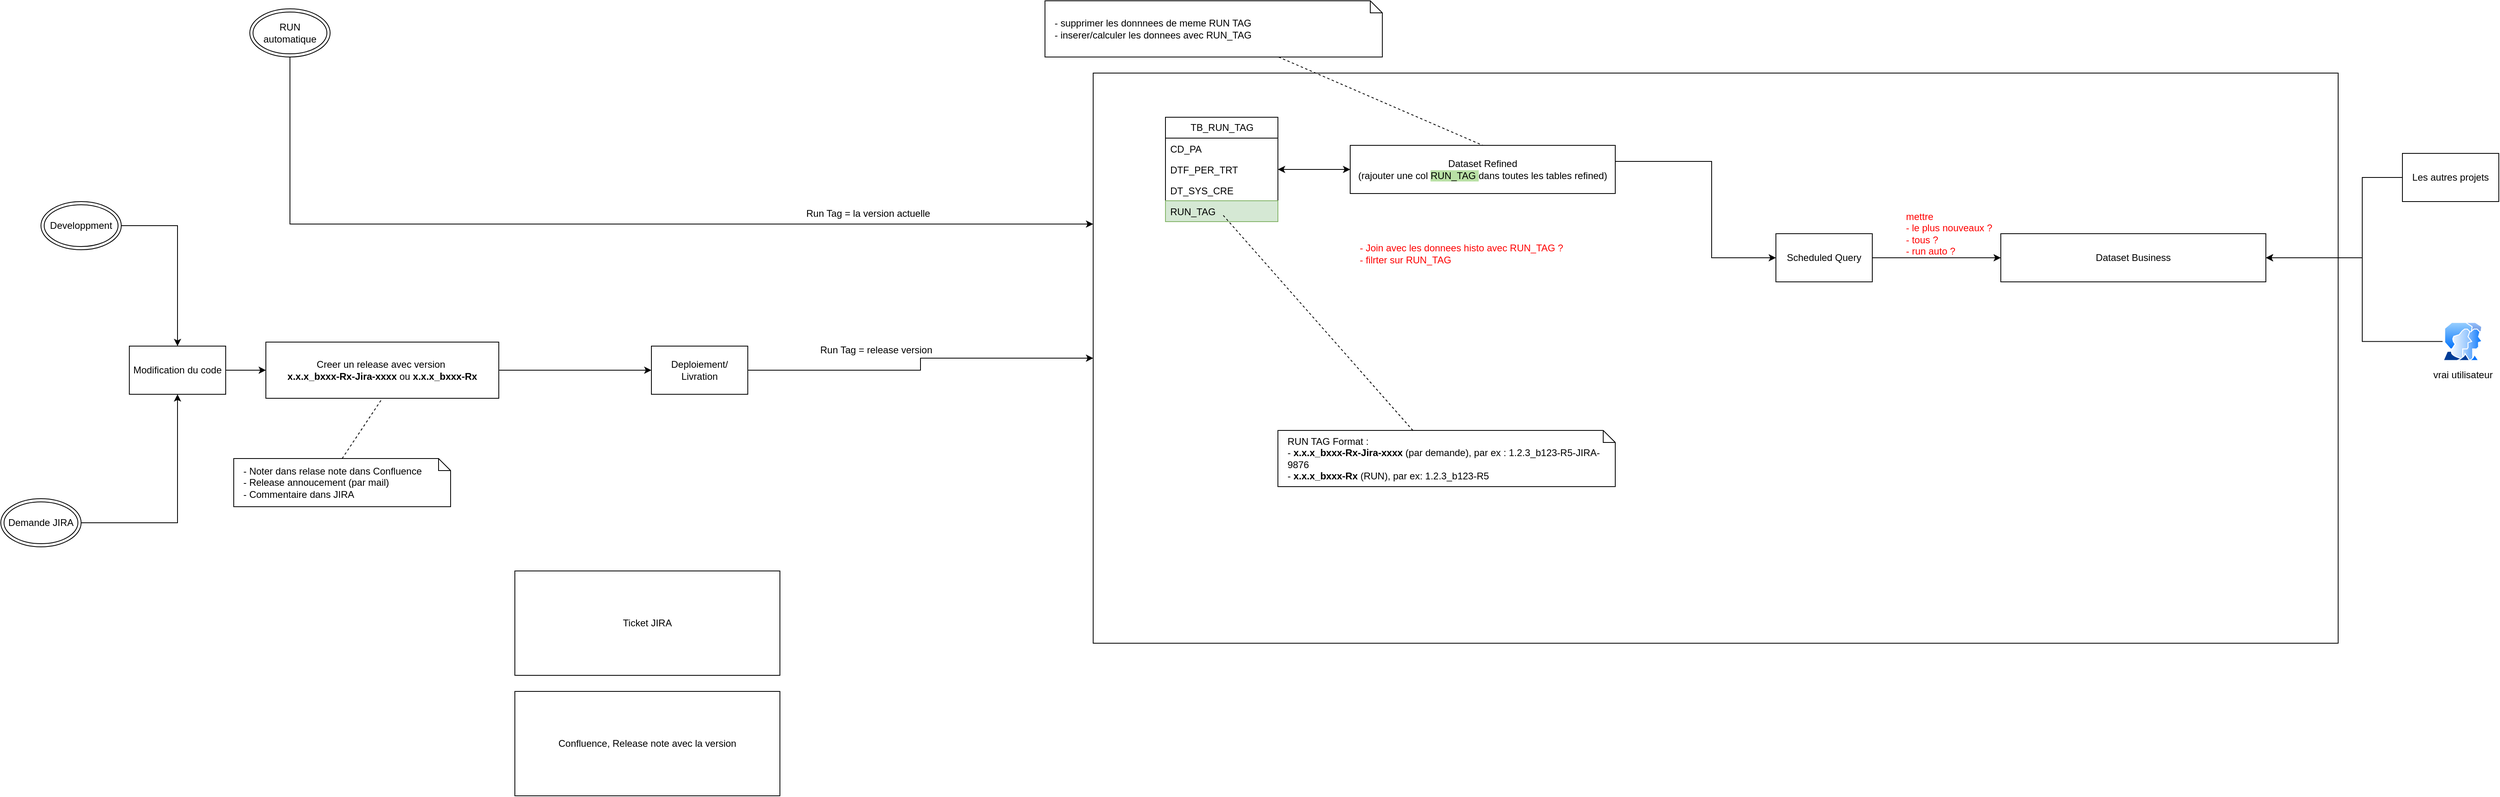
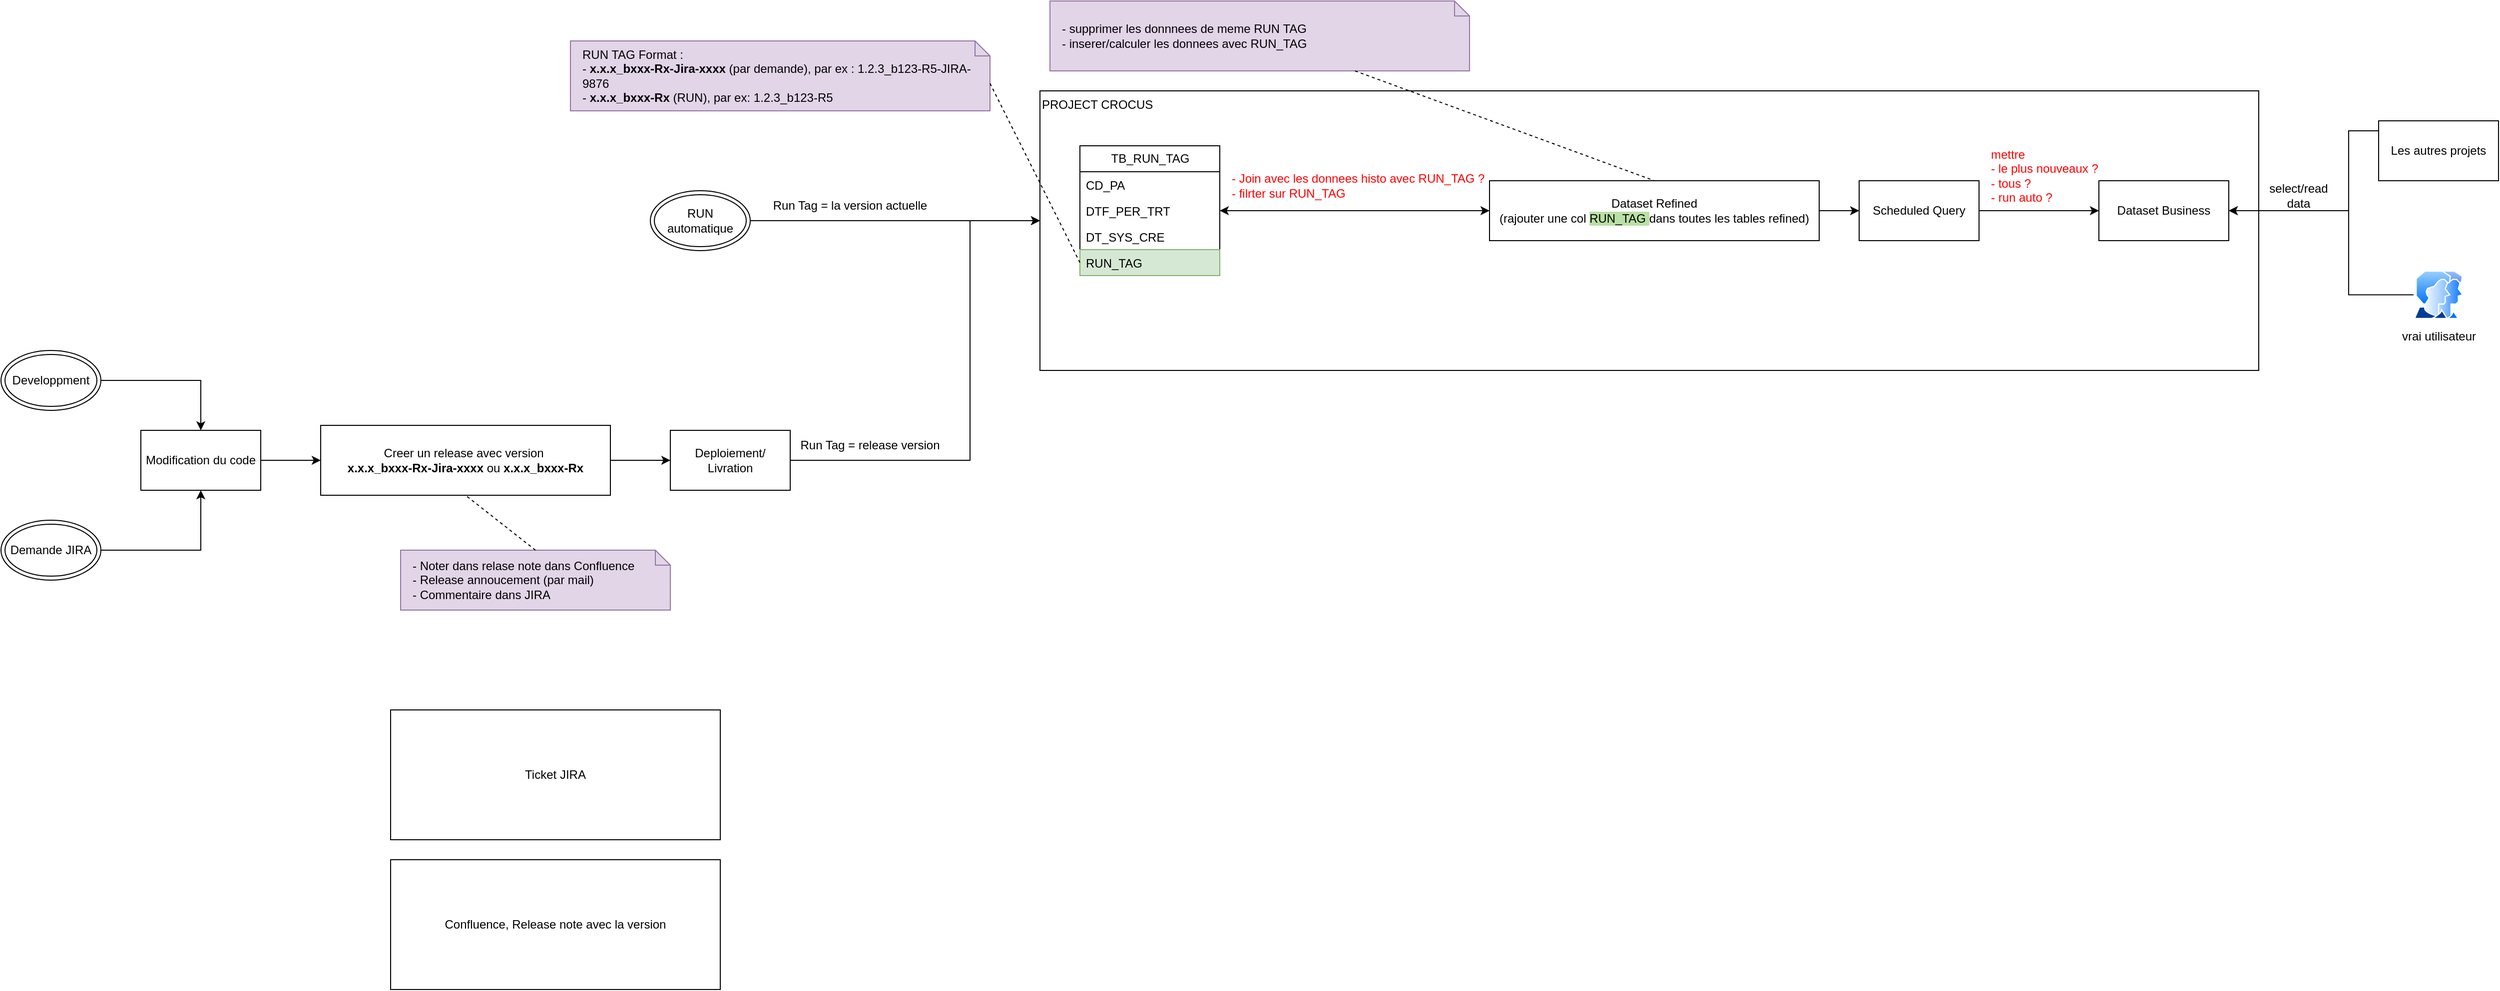
<mxfile host="app.diagrams.net">
  <diagram name="Page-1" id="bEAYSmEDHXBXhFzCy1HB">
-     <mxGraphModel dx="3700" dy="1106" grid="1" gridSize="10" guides="1" tooltips="1" connect="1" arrows="1" fold="1" page="1" pageScale="1" pageWidth="827" pageHeight="1169" math="0" shadow="0">
+     <mxGraphModel dx="2532" dy="922" grid="1" gridSize="10" guides="1" tooltips="1" connect="1" arrows="1" fold="1" page="1" pageScale="1" pageWidth="827" pageHeight="1169" math="0" shadow="0">
      <root>
        <mxCell id="0" />
        <mxCell id="1" parent="0" />
-         <mxCell id="QUzsFoNl6aFI_2ed8XXq-13" parent="1" style="rounded=0;whiteSpace=wrap;html=1;" value="" vertex="1">
-           <mxGeometry height="710" width="1550" x="450" y="140" as="geometry" />
+         <mxCell id="QUzsFoNl6aFI_2ed8XXq-13" parent="1" style="rounded=0;whiteSpace=wrap;html=1;align=left;verticalAlign=top;" value="PROJECT CROCUS" vertex="1">
+           <mxGeometry height="280" width="1220" x="380" y="140" as="geometry" />
        </mxCell>
        <mxCell id="QUzsFoNl6aFI_2ed8XXq-1" parent="1" style="swimlane;fontStyle=0;childLayout=stackLayout;horizontal=1;startSize=26;fillColor=none;horizontalStack=0;resizeParent=1;resizeParentMax=0;resizeLast=0;collapsible=1;marginBottom=0;html=1;" value="TB_RUN_TAG" vertex="1">
-           <mxGeometry height="130" width="140" x="540" y="195" as="geometry" />
+           <mxGeometry height="130" width="140" x="420" y="195" as="geometry" />
        </mxCell>
        <mxCell id="QUzsFoNl6aFI_2ed8XXq-2" parent="QUzsFoNl6aFI_2ed8XXq-1" style="text;strokeColor=none;fillColor=none;align=left;verticalAlign=top;spacingLeft=4;spacingRight=4;overflow=hidden;rotatable=0;points=[[0,0.5],[1,0.5]];portConstraint=eastwest;whiteSpace=wrap;html=1;" value="CD_PA" vertex="1">
          <mxGeometry height="26" width="140" y="26" as="geometry" />
        </mxCell>
        <mxCell id="QUzsFoNl6aFI_2ed8XXq-3" parent="QUzsFoNl6aFI_2ed8XXq-1" style="text;strokeColor=none;fillColor=none;align=left;verticalAlign=top;spacingLeft=4;spacingRight=4;overflow=hidden;rotatable=0;points=[[0,0.5],[1,0.5]];portConstraint=eastwest;whiteSpace=wrap;html=1;" value="DTF_PER_TRT" vertex="1">
          <mxGeometry height="26" width="140" y="52" as="geometry" />
        </mxCell>
        <mxCell id="QUzsFoNl6aFI_2ed8XXq-4" parent="QUzsFoNl6aFI_2ed8XXq-1" style="text;strokeColor=none;fillColor=none;align=left;verticalAlign=top;spacingLeft=4;spacingRight=4;overflow=hidden;rotatable=0;points=[[0,0.5],[1,0.5]];portConstraint=eastwest;whiteSpace=wrap;html=1;" value="DT_SYS_CRE" vertex="1">
          <mxGeometry height="26" width="140" y="78" as="geometry" />
        </mxCell>
        <mxCell id="QUzsFoNl6aFI_2ed8XXq-5" parent="QUzsFoNl6aFI_2ed8XXq-1" style="text;strokeColor=#82b366;fillColor=#d5e8d4;align=left;verticalAlign=top;spacingLeft=4;spacingRight=4;overflow=hidden;rotatable=0;points=[[0,0.5],[1,0.5]];portConstraint=eastwest;whiteSpace=wrap;html=1;" value="RUN_TAG" vertex="1">
          <mxGeometry height="26" width="140" y="104" as="geometry" />
        </mxCell>
-         <mxCell id="QUzsFoNl6aFI_2ed8XXq-7" parent="1" style="shape=note;size=15;align=left;spacingLeft=10;html=1;whiteSpace=wrap;" value="RUN TAG Format :&amp;nbsp;&lt;div&gt;- &lt;b&gt;x.x.x_bxxx-Rx-Jira-xxxx&lt;/b&gt; (par demande), par ex : 1.2.3_b123-R5-JIRA-9876&lt;/div&gt;&lt;div&gt;-&lt;b&gt; x.x.x_bxxx-Rx&lt;/b&gt; (RUN), par ex: 1.2.3_b123-R5&lt;/div&gt;" vertex="1">
-           <mxGeometry height="70" width="420" x="680" y="585" as="geometry" />
+         <mxCell id="QUzsFoNl6aFI_2ed8XXq-7" parent="1" style="shape=note;size=15;align=left;spacingLeft=10;html=1;whiteSpace=wrap;fillColor=#e1d5e7;strokeColor=#9673a6;" value="RUN TAG Format :&amp;nbsp;&lt;div&gt;- &lt;b&gt;x.x.x_bxxx-Rx-Jira-xxxx&lt;/b&gt; (par demande), par ex : 1.2.3_b123-R5-JIRA-9876&lt;/div&gt;&lt;div&gt;-&lt;b&gt; x.x.x_bxxx-Rx&lt;/b&gt; (RUN), par ex: 1.2.3_b123-R5&lt;/div&gt;" vertex="1">
+           <mxGeometry height="70" width="420" x="-90" y="90" as="geometry" />
        </mxCell>
-         <mxCell id="QUzsFoNl6aFI_2ed8XXq-8" edge="1" parent="1" source="QUzsFoNl6aFI_2ed8XXq-7" style="edgeStyle=none;endArrow=none;exitX=0.4;exitY=0;dashed=1;html=1;rounded=0;entryX=0.5;entryY=0.615;entryDx=0;entryDy=0;entryPerimeter=0;" target="QUzsFoNl6aFI_2ed8XXq-5" value="">
+         <mxCell id="QUzsFoNl6aFI_2ed8XXq-8" edge="1" parent="1" source="QUzsFoNl6aFI_2ed8XXq-7" style="edgeStyle=none;endArrow=none;exitX=0;exitY=0;dashed=1;html=1;rounded=0;entryX=0;entryY=0.5;entryDx=0;entryDy=0;exitDx=420;exitDy=42.5;exitPerimeter=0;" target="QUzsFoNl6aFI_2ed8XXq-5" value="">
          <mxGeometry relative="1" x="1" as="geometry">
            <mxPoint x="590" y="660" as="targetPoint" />
          </mxGeometry>
        </mxCell>
        <mxCell id="QUzsFoNl6aFI_2ed8XXq-10" parent="1" style="rounded=0;whiteSpace=wrap;html=1;" value="Confluence, Release note avec la v&lt;span style=&quot;background-color: transparent; color: light-dark(rgb(0, 0, 0), rgb(255, 255, 255));&quot;&gt;ersion&lt;/span&gt;" vertex="1">
          <mxGeometry height="130" width="330" x="-270" y="910" as="geometry" />
        </mxCell>
        <mxCell id="QUzsFoNl6aFI_2ed8XXq-11" parent="1" style="rounded=0;whiteSpace=wrap;html=1;" value="Ticket JIRA" vertex="1">
          <mxGeometry height="130" width="330" x="-270" y="760" as="geometry" />
        </mxCell>
        <mxCell id="QUzsFoNl6aFI_2ed8XXq-42" edge="1" parent="1" source="QUzsFoNl6aFI_2ed8XXq-12" style="edgeStyle=orthogonalEdgeStyle;rounded=0;orthogonalLoop=1;jettySize=auto;html=1;entryX=1;entryY=0.5;entryDx=0;entryDy=0;startArrow=classic;startFill=1;" target="QUzsFoNl6aFI_2ed8XXq-3">
          <mxGeometry relative="1" as="geometry" />
        </mxCell>
-         <mxCell id="QUzsFoNl6aFI_2ed8XXq-50" edge="1" parent="1" source="QUzsFoNl6aFI_2ed8XXq-12" style="edgeStyle=orthogonalEdgeStyle;rounded=0;orthogonalLoop=1;jettySize=auto;html=1;entryX=0;entryY=0.5;entryDx=0;entryDy=0;" target="QUzsFoNl6aFI_2ed8XXq-46">
+         <mxCell id="QUzsFoNl6aFI_2ed8XXq-50" edge="1" parent="1" source="QUzsFoNl6aFI_2ed8XXq-12" style="edgeStyle=orthogonalEdgeStyle;rounded=0;orthogonalLoop=1;jettySize=auto;html=1;" target="QUzsFoNl6aFI_2ed8XXq-46">
          <mxGeometry relative="1" as="geometry">
-             <Array as="points">
-               <mxPoint x="1220" y="250" />
-               <mxPoint x="1220" y="370" />
-             </Array>
+             <Array as="points" />
          </mxGeometry>
        </mxCell>
        <mxCell id="QUzsFoNl6aFI_2ed8XXq-12" parent="1" style="rounded=0;whiteSpace=wrap;html=1;" value="Dataset Refined&lt;div&gt;(rajouter une col &lt;span style=&quot;background-color: rgb(185, 224, 165);&quot;&gt;RUN_TAG &lt;/span&gt;dans toutes les tables refined)&lt;/div&gt;" vertex="1">
-           <mxGeometry height="60" width="330" x="770" y="230" as="geometry" />
+           <mxGeometry height="60" width="330" x="830" y="230" as="geometry" />
        </mxCell>
        <mxCell id="QUzsFoNl6aFI_2ed8XXq-27" edge="1" parent="1" source="QUzsFoNl6aFI_2ed8XXq-33" style="edgeStyle=orthogonalEdgeStyle;rounded=0;orthogonalLoop=1;jettySize=auto;html=1;entryX=0.5;entryY=0;entryDx=0;entryDy=0;" target="QUzsFoNl6aFI_2ed8XXq-23">
          <mxGeometry relative="1" as="geometry">
            <mxPoint x="-760" y="325" as="sourcePoint" />
          </mxGeometry>
        </mxCell>
        <mxCell id="QUzsFoNl6aFI_2ed8XXq-29" edge="1" parent="1" source="QUzsFoNl6aFI_2ed8XXq-34" style="edgeStyle=orthogonalEdgeStyle;rounded=0;orthogonalLoop=1;jettySize=auto;html=1;entryX=0.5;entryY=1;entryDx=0;entryDy=0;" target="QUzsFoNl6aFI_2ed8XXq-23">
          <mxGeometry relative="1" as="geometry">
            <mxPoint x="-820" y="785" as="sourcePoint" />
          </mxGeometry>
        </mxCell>
        <mxCell id="QUzsFoNl6aFI_2ed8XXq-19" parent="1" style="text;html=1;whiteSpace=wrap;strokeColor=none;fillColor=none;align=center;verticalAlign=middle;rounded=0;" value="Run Tag = la version actuelle" vertex="1">
-           <mxGeometry height="30" width="200" x="70" y="300" as="geometry" />
+           <mxGeometry height="30" width="200" x="90" y="240" as="geometry" />
        </mxCell>
        <mxCell id="QUzsFoNl6aFI_2ed8XXq-28" edge="1" parent="1" source="QUzsFoNl6aFI_2ed8XXq-23" style="edgeStyle=orthogonalEdgeStyle;rounded=0;orthogonalLoop=1;jettySize=auto;html=1;" target="QUzsFoNl6aFI_2ed8XXq-25">
          <mxGeometry relative="1" as="geometry" />
        </mxCell>
        <mxCell id="QUzsFoNl6aFI_2ed8XXq-23" parent="1" style="rounded=0;whiteSpace=wrap;html=1;" value="Modification du code" vertex="1">
-           <mxGeometry height="60" width="120" x="-750" y="480" as="geometry" />
+           <mxGeometry height="60" width="120" x="-520" y="480" as="geometry" />
        </mxCell>
        <mxCell id="QUzsFoNl6aFI_2ed8XXq-31" edge="1" parent="1" source="QUzsFoNl6aFI_2ed8XXq-24" style="edgeStyle=orthogonalEdgeStyle;rounded=0;orthogonalLoop=1;jettySize=auto;html=1;" target="QUzsFoNl6aFI_2ed8XXq-13">
-           <mxGeometry relative="1" as="geometry" />
+           <mxGeometry relative="1" as="geometry">
+             <Array as="points">
+               <mxPoint x="310" y="510" />
+               <mxPoint x="310" y="270" />
+             </Array>
+           </mxGeometry>
        </mxCell>
        <mxCell id="QUzsFoNl6aFI_2ed8XXq-24" parent="1" style="rounded=0;whiteSpace=wrap;html=1;" value="Deploiement/ Livration" vertex="1">
-           <mxGeometry height="60" width="120" x="-100" y="480" as="geometry" />
+           <mxGeometry height="60" width="120" x="10" y="480" as="geometry" />
        </mxCell>
        <mxCell id="QUzsFoNl6aFI_2ed8XXq-30" edge="1" parent="1" source="QUzsFoNl6aFI_2ed8XXq-25" style="edgeStyle=orthogonalEdgeStyle;rounded=0;orthogonalLoop=1;jettySize=auto;html=1;entryX=0;entryY=0.5;entryDx=0;entryDy=0;" target="QUzsFoNl6aFI_2ed8XXq-24">
          <mxGeometry relative="1" as="geometry" />
        </mxCell>
        <mxCell id="QUzsFoNl6aFI_2ed8XXq-25" parent="1" style="rounded=0;whiteSpace=wrap;html=1;" value="Creer un release avec version&amp;nbsp;&lt;div&gt;&lt;span style=&quot;text-align: left;&quot;&gt;&lt;b&gt;x.x.x_bxxx-Rx-Jira-xxxx&lt;/b&gt; ou&amp;nbsp;&lt;/span&gt;&lt;span style=&quot;text-align: left;&quot;&gt;&lt;b&gt;x.x.x_bxxx-Rx&lt;/b&gt;&lt;/span&gt;&lt;/div&gt;" vertex="1">
-           <mxGeometry height="70" width="290" x="-580" y="475" as="geometry" />
+           <mxGeometry height="70" width="290" x="-340" y="475" as="geometry" />
        </mxCell>
        <mxCell id="QUzsFoNl6aFI_2ed8XXq-33" parent="1" style="ellipse;shape=doubleEllipse;whiteSpace=wrap;html=1;" value="Developpment" vertex="1">
-           <mxGeometry height="60" width="100" x="-860" y="300" as="geometry" />
+           <mxGeometry height="60" width="100" x="-660" y="400" as="geometry" />
        </mxCell>
        <mxCell id="QUzsFoNl6aFI_2ed8XXq-34" parent="1" style="ellipse;shape=doubleEllipse;whiteSpace=wrap;html=1;" value="Demande JIRA" vertex="1">
-           <mxGeometry height="60" width="100" x="-910" y="670" as="geometry" />
+           <mxGeometry height="60" width="100" x="-660" y="570" as="geometry" />
        </mxCell>
        <mxCell id="QUzsFoNl6aFI_2ed8XXq-36" edge="1" parent="1" source="QUzsFoNl6aFI_2ed8XXq-35" style="edgeStyle=orthogonalEdgeStyle;rounded=0;orthogonalLoop=1;jettySize=auto;html=1;" target="QUzsFoNl6aFI_2ed8XXq-13">
          <mxGeometry relative="1" as="geometry">
            <Array as="points">
-               <mxPoint x="-550" y="328" />
+               <mxPoint x="40" y="270" />
+               <mxPoint x="40" y="270" />
            </Array>
          </mxGeometry>
        </mxCell>
        <mxCell id="QUzsFoNl6aFI_2ed8XXq-35" parent="1" style="ellipse;shape=doubleEllipse;whiteSpace=wrap;html=1;" value="RUN automatique" vertex="1">
-           <mxGeometry height="60" width="100" x="-600" y="60" as="geometry" />
+           <mxGeometry height="60" width="100" x="-10" y="240" as="geometry" />
        </mxCell>
        <mxCell id="QUzsFoNl6aFI_2ed8XXq-37" parent="1" style="text;html=1;whiteSpace=wrap;strokeColor=none;fillColor=none;align=center;verticalAlign=middle;rounded=0;" value="Run Tag = release version" vertex="1">
-           <mxGeometry height="30" width="200" x="80" y="470" as="geometry" />
+           <mxGeometry height="30" width="200" x="110" y="480" as="geometry" />
        </mxCell>
-         <mxCell id="QUzsFoNl6aFI_2ed8XXq-38" parent="1" style="shape=note;size=15;align=left;spacingLeft=10;html=1;whiteSpace=wrap;" value="- Noter dans relase note dans Confluence&lt;div&gt;- Release annoucement (par mail)&lt;/div&gt;&lt;div&gt;- Commentaire dans JIRA&lt;/div&gt;" vertex="1">
-           <mxGeometry height="60" width="270" x="-620" y="620" as="geometry" />
+         <mxCell id="QUzsFoNl6aFI_2ed8XXq-38" parent="1" style="shape=note;size=15;align=left;spacingLeft=10;html=1;whiteSpace=wrap;fillColor=#e1d5e7;strokeColor=#9673a6;" value="- Noter dans relase note dans Confluence&lt;div&gt;- Release annoucement (par mail)&lt;/div&gt;&lt;div&gt;- Commentaire dans JIRA&lt;/div&gt;" vertex="1">
+           <mxGeometry height="60" width="270" x="-260" y="600" as="geometry" />
        </mxCell>
        <mxCell id="QUzsFoNl6aFI_2ed8XXq-39" edge="1" parent="1" source="QUzsFoNl6aFI_2ed8XXq-38" style="edgeStyle=none;endArrow=none;exitX=0.5;exitY=0;dashed=1;html=1;rounded=0;entryX=0.5;entryY=1;entryDx=0;entryDy=0;exitDx=0;exitDy=0;exitPerimeter=0;" target="QUzsFoNl6aFI_2ed8XXq-25" value="">
          <mxGeometry relative="1" x="1" as="geometry">
            <mxPoint x="710" y="660" as="sourcePoint" />
            <mxPoint x="762" y="510" as="targetPoint" />
          </mxGeometry>
        </mxCell>
-         <mxCell id="QUzsFoNl6aFI_2ed8XXq-40" parent="1" style="shape=note;size=15;align=left;spacingLeft=10;html=1;whiteSpace=wrap;" value="- supprimer les donnnees de meme RUN TAG&lt;div&gt;- inserer/calculer les donnees avec RUN_TAG&lt;/div&gt;" vertex="1">
+         <mxCell id="QUzsFoNl6aFI_2ed8XXq-40" parent="1" style="shape=note;size=15;align=left;spacingLeft=10;html=1;whiteSpace=wrap;fillColor=#e1d5e7;strokeColor=#9673a6;" value="- supprimer les donnnees de meme RUN TAG&lt;div&gt;- inserer/calculer les donnees avec RUN_TAG&lt;/div&gt;" vertex="1">
          <mxGeometry height="70" width="420" x="390" y="50" as="geometry" />
        </mxCell>
        <mxCell id="QUzsFoNl6aFI_2ed8XXq-41" edge="1" parent="1" source="QUzsFoNl6aFI_2ed8XXq-40" style="edgeStyle=none;endArrow=none;dashed=1;html=1;rounded=0;entryX=0.5;entryY=0;entryDx=0;entryDy=0;" target="QUzsFoNl6aFI_2ed8XXq-12" value="">
          <mxGeometry relative="1" x="1" as="geometry">
            <mxPoint x="720" y="650" as="sourcePoint" />
            <mxPoint x="772" y="500" as="targetPoint" />
          </mxGeometry>
        </mxCell>
        <mxCell id="QUzsFoNl6aFI_2ed8XXq-43" parent="1" style="text;html=1;whiteSpace=wrap;strokeColor=none;fillColor=none;align=left;verticalAlign=middle;rounded=0;" value="&lt;font style=&quot;color: rgb(255, 0, 0);&quot;&gt;- Join avec les donnees histo avec RUN_TAG ?&lt;/font&gt;&lt;div&gt;&lt;font style=&quot;color: rgb(255, 0, 0);&quot;&gt;- filrter sur RUN_TAG&lt;/font&gt;&lt;/div&gt;" vertex="1">
-           <mxGeometry height="30" width="320" x="780" y="350" as="geometry" />
+           <mxGeometry height="30" width="270" x="570" y="220" as="geometry" />
        </mxCell>
        <mxCell id="QUzsFoNl6aFI_2ed8XXq-45" parent="1" style="rounded=0;whiteSpace=wrap;html=1;" value="Dataset Business" vertex="1">
-           <mxGeometry height="60" width="330" x="1580" y="340" as="geometry" />
+           <mxGeometry height="60" width="130" x="1440" y="230" as="geometry" />
        </mxCell>
        <mxCell id="QUzsFoNl6aFI_2ed8XXq-48" edge="1" parent="1" source="QUzsFoNl6aFI_2ed8XXq-46" style="edgeStyle=orthogonalEdgeStyle;rounded=0;orthogonalLoop=1;jettySize=auto;html=1;" target="QUzsFoNl6aFI_2ed8XXq-45">
          <mxGeometry relative="1" as="geometry" />
        </mxCell>
        <mxCell id="QUzsFoNl6aFI_2ed8XXq-46" parent="1" style="rounded=0;whiteSpace=wrap;html=1;" value="Scheduled Query" vertex="1">
-           <mxGeometry height="60" width="120" x="1300" y="340" as="geometry" />
+           <mxGeometry height="60" width="120" x="1200" y="230" as="geometry" />
        </mxCell>
        <mxCell id="QUzsFoNl6aFI_2ed8XXq-51" parent="1" style="text;html=1;whiteSpace=wrap;strokeColor=none;fillColor=none;align=left;verticalAlign=middle;rounded=0;fontColor=#FF0000;" value="mettre&amp;nbsp;&lt;div&gt;- le plus nouveaux ?&lt;/div&gt;&lt;div&gt;- tous ?&lt;/div&gt;&lt;div&gt;- run auto ?&lt;/div&gt;" vertex="1">
-           <mxGeometry height="30" width="370" x="1460" y="325" as="geometry" />
+           <mxGeometry height="30" width="370" x="1330" y="210" as="geometry" />
        </mxCell>
        <mxCell id="QUzsFoNl6aFI_2ed8XXq-59" edge="1" parent="1" source="QUzsFoNl6aFI_2ed8XXq-52" style="edgeStyle=orthogonalEdgeStyle;rounded=0;orthogonalLoop=1;jettySize=auto;html=1;entryX=1;entryY=0.5;entryDx=0;entryDy=0;" target="QUzsFoNl6aFI_2ed8XXq-45">
          <mxGeometry relative="1" as="geometry">
            <Array as="points">
-               <mxPoint x="2030" y="270" />
-               <mxPoint x="2030" y="370" />
+               <mxPoint x="1690" y="180" />
+               <mxPoint x="1690" y="260" />
            </Array>
          </mxGeometry>
        </mxCell>
        <mxCell id="QUzsFoNl6aFI_2ed8XXq-52" parent="1" style="rounded=0;whiteSpace=wrap;html=1;" value="Les autres projets" vertex="1">
-           <mxGeometry height="60" width="120" x="2080" y="240" as="geometry" />
+           <mxGeometry height="60" width="120" x="1720" y="170" as="geometry" />
        </mxCell>
        <mxCell id="QUzsFoNl6aFI_2ed8XXq-58" edge="1" parent="1" source="QUzsFoNl6aFI_2ed8XXq-57" style="edgeStyle=orthogonalEdgeStyle;rounded=0;orthogonalLoop=1;jettySize=auto;html=1;entryX=1;entryY=0.5;entryDx=0;entryDy=0;" target="QUzsFoNl6aFI_2ed8XXq-45">
          <mxGeometry relative="1" as="geometry">
            <Array as="points">
-               <mxPoint x="2030" y="474" />
-               <mxPoint x="2030" y="370" />
+               <mxPoint x="1690" y="344" />
+               <mxPoint x="1690" y="260" />
            </Array>
          </mxGeometry>
        </mxCell>
        <mxCell id="QUzsFoNl6aFI_2ed8XXq-57" parent="1" style="image;aspect=fixed;perimeter=ellipsePerimeter;html=1;align=center;shadow=0;dashed=0;spacingTop=3;image=img/lib/active_directory/user_accounts.svg;" value="vrai utilisateur" vertex="1">
-           <mxGeometry height="48.5" width="50" x="2130" y="450" as="geometry" />
+           <mxGeometry height="48.5" width="50" x="1755" y="320" as="geometry" />
+         </mxCell>
+         <mxCell id="QUzsFoNl6aFI_2ed8XXq-60" parent="1" style="text;html=1;whiteSpace=wrap;strokeColor=none;fillColor=none;align=center;verticalAlign=middle;rounded=0;" value="select/read data" vertex="1">
+           <mxGeometry height="30" width="60" x="1610" y="230" as="geometry" />
        </mxCell>
      </root>
    </mxGraphModel>
  </diagram>
</mxfile>
